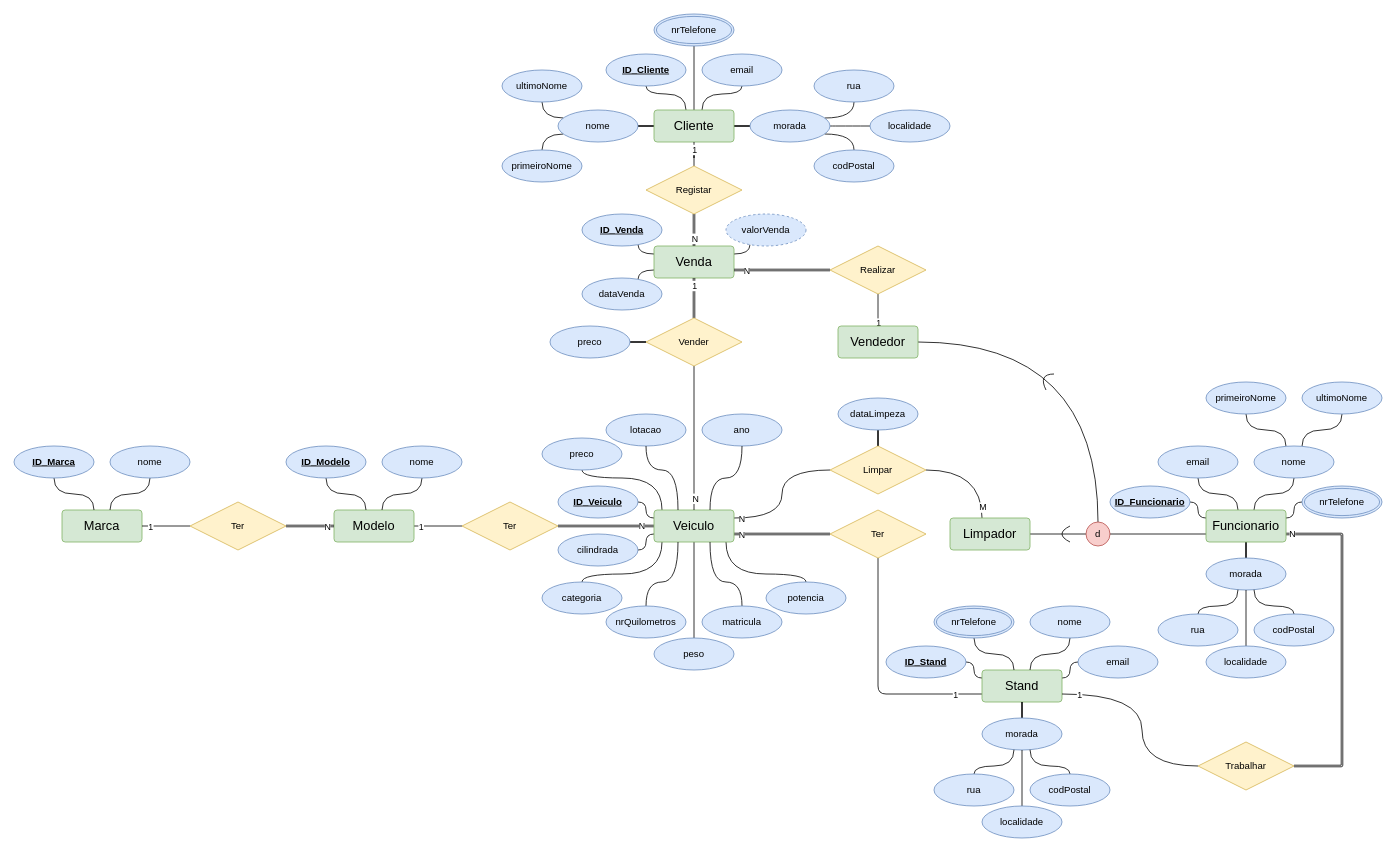
Earlier version of the draw.io diagram DRAWIO DER.drawio (gabrieljjm/projeto-final-dev-bd). Source tidied: cells renumbered, new cells numbered last; positions are measured from the earlier drawing's top-left corner, leaving out a move shared by most shapes. Both pictures are drawn from the tidied source at 80%, with x=0, y=0 at pixel (14, 14).
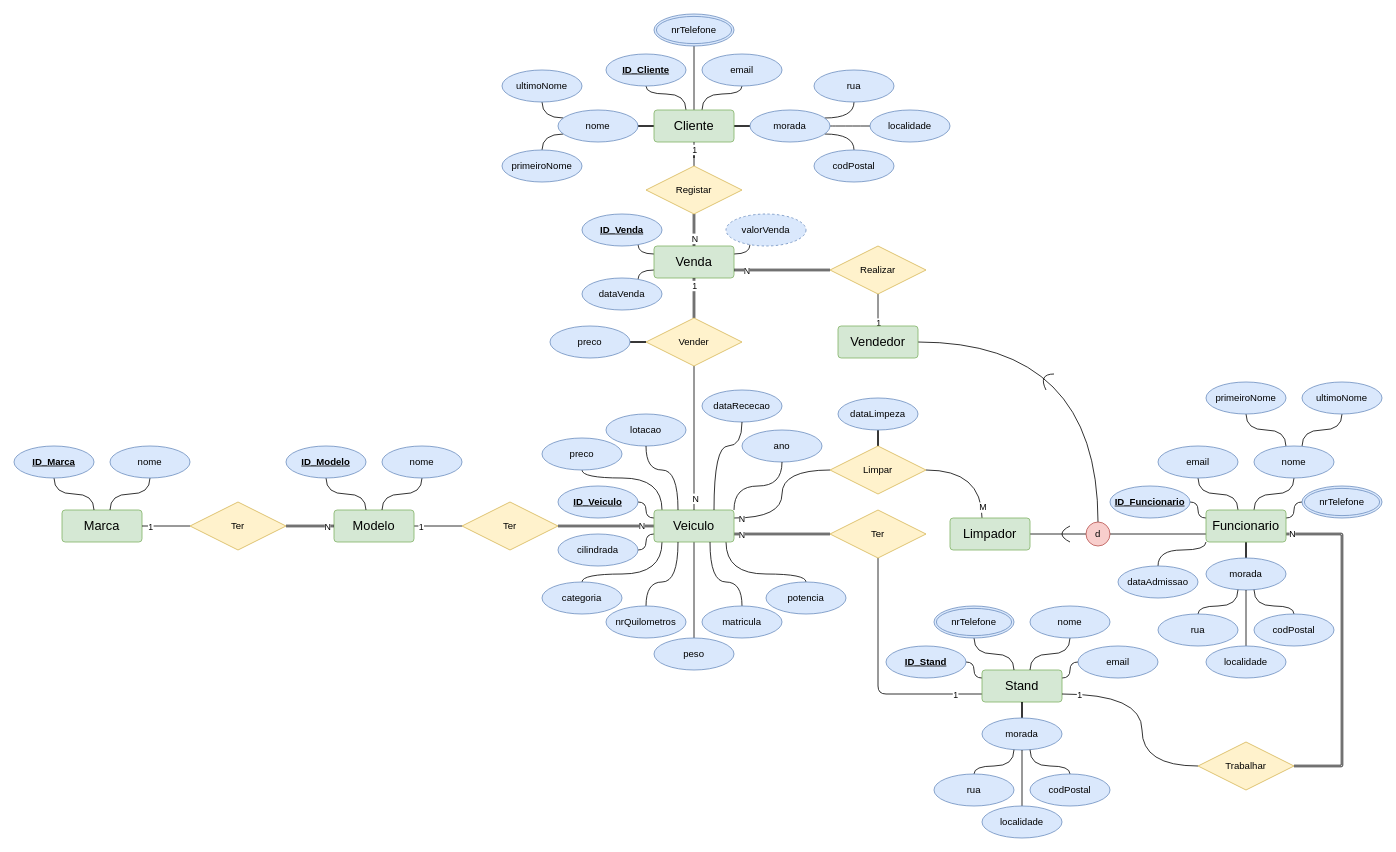
After the change.

Unchanged cells that the change refers to:
```xml
<mxCell id="34" value="Veiculo" style="rounded=1;arcSize=10;whiteSpace=wrap;html=1;align=center;fontFamily=Helvetica;fillColor=#d5e8d4;strokeColor=#82b366;fontSize=16;" parent="1" vertex="1">
  <mxGeometry x="800" y="620" width="100" height="40" as="geometry" />
</mxCell>
<mxCell id="78" value="Funcionario" style="rounded=1;arcSize=10;whiteSpace=wrap;html=1;align=center;strokeColor=#82b366;fillColor=#d5e8d4;fontSize=16;" parent="1" vertex="1">
  <mxGeometry x="1490" y="620" width="100" height="40" as="geometry" />
</mxCell>
```

The edit, as a diff of the source:
```diff
@@
     <mxCell id="37" value="ano" style="ellipse;whiteSpace=wrap;html=1;align=center;fontFamily=Helvetica;fillColor=#dae8fc;strokeColor=#6c8ebf;" parent="1" vertex="1">
-      <mxGeometry x="860" y="500" width="100" height="40" as="geometry" />
+      <mxGeometry x="910" y="520" width="100" height="40" as="geometry" />
     </mxCell>
@@
-    <mxCell id="149" style="edgeStyle=orthogonalEdgeStyle;jumpSize=6;jettySize=auto;html=1;endArrow=none;endFill=0;curved=1;" parent="1" edge="1" source="34" target="37">
-      <mxGeometry relative="1" as="geometry">
-        <Array as="points">
-          <mxPoint x="870" y="580" />
-          <mxPoint x="910" y="580" />
-        </Array>
-      </mxGeometry>
-    </mxCell>
@@
+    <mxCell id="153" style="edgeStyle=orthogonalEdgeStyle;jettySize=auto;html=1;endArrow=none;endFill=0;curved=1;exitX=0;exitY=1;exitDx=0;exitDy=0;" parent="1" edge="1" source="78" target="154">
+      <mxGeometry relative="1" as="geometry">
+        <Array as="points">
+          <mxPoint x="1490" y="670" />
+        </Array>
+      </mxGeometry>
+    </mxCell>
+    <mxCell id="154" value="dataAdmissao" style="ellipse;whiteSpace=wrap;html=1;align=center;fillColor=#dae8fc;strokeColor=#6c8ebf;" parent="1" vertex="1">
+      <mxGeometry x="1380" y="690" width="100" height="40" as="geometry" />
+    </mxCell>
+    <mxCell id="155" value="dataRececao" style="ellipse;whiteSpace=wrap;html=1;align=center;fillColor=#dae8fc;strokeColor=#6c8ebf;" parent="1" vertex="1">
+      <mxGeometry x="860" y="470" width="100" height="40" as="geometry" />
+    </mxCell>
+    <mxCell id="156" style="edgeStyle=orthogonalEdgeStyle;jettySize=auto;html=1;endArrow=none;endFill=0;curved=1;exitX=0;exitY=1;exitDx=0;exitDy=0;entryX=1;entryY=0;entryDx=0;entryDy=0;" parent="1" edge="1" target="34">
+      <mxGeometry relative="1" as="geometry">
+        <mxPoint x="960" y="560" as="sourcePoint" />
+        <Array as="points">
+          <mxPoint x="960" y="590" />
+          <mxPoint x="900" y="590" />
+        </Array>
+      </mxGeometry>
+    </mxCell>
+    <mxCell id="157" style="edgeStyle=orthogonalEdgeStyle;jettySize=auto;html=1;endArrow=none;endFill=0;curved=1;exitX=0;exitY=1;exitDx=0;exitDy=0;entryX=0.75;entryY=0;entryDx=0;entryDy=0;" parent="1" edge="1" target="34">
+      <mxGeometry relative="1" as="geometry">
+        <mxPoint x="910" y="510" as="sourcePoint" />
+        <Array as="points">
+          <mxPoint x="910" y="540" />
+          <mxPoint x="875" y="540" />
+        </Array>
+      </mxGeometry>
+    </mxCell>
```
